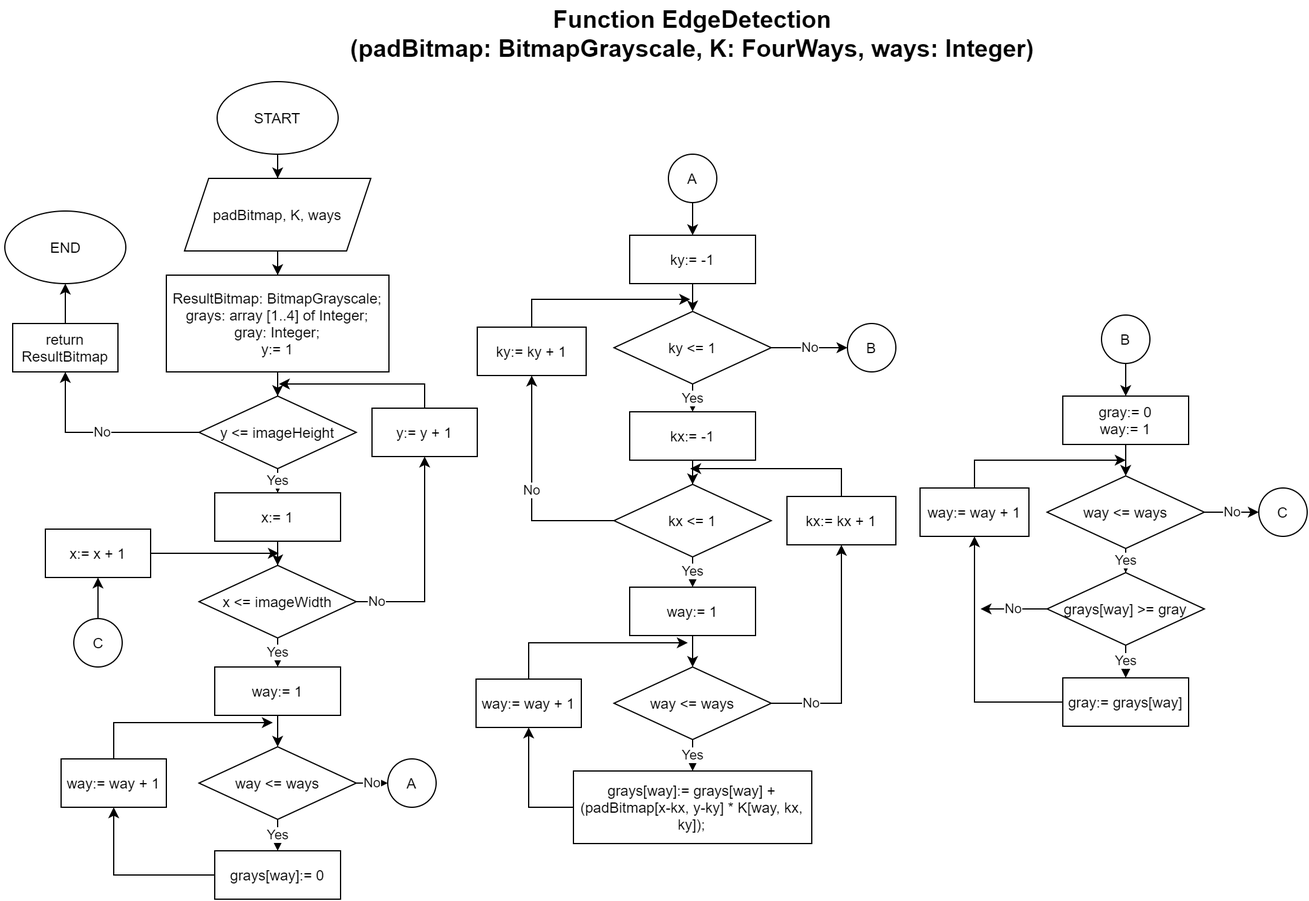
The draw.io diagram flowchart/.png/EdgeDetection.png in ukayaj620/batikcomp, before a commit. Source tidied: cells renumbered, new cells last; positions are measured from the earlier drawing's top-left corner, leaving out a move shared by most shapes. The source it was exported from:
```xml
<mxGraphModel>
  <root>
    <mxCell id="0" />
    <mxCell id="1" parent="0" />
    <mxCell id="2" style="edgeStyle=orthogonalEdgeStyle;rounded=0;jettySize=auto;html=1;" parent="1" edge="1" source="3" target="8">
      <mxGeometry relative="1" as="geometry" />
    </mxCell>
    <mxCell id="3" value="START" style="ellipse;whiteSpace=wrap;html=1;" parent="1" vertex="1">
      <mxGeometry x="175" y="50" width="100" height="60" as="geometry" />
    </mxCell>
    <mxCell id="4" value="&lt;span style=&quot;font-size: 20px&quot;&gt;&lt;b&gt;Function EdgeDetection&lt;br&gt;(padBitmap: BitmapGrayscale, K: FourWays, ways: Integer)&lt;/b&gt;&lt;/span&gt;" style="text;html=1;strokeColor=none;fillColor=none;align=center;verticalAlign=middle;whiteSpace=wrap;rounded=0;" parent="1" vertex="1">
      <mxGeometry x="283" width="570" height="20" as="geometry" />
    </mxCell>
    <mxCell id="5" style="edgeStyle=orthogonalEdgeStyle;rounded=0;jettySize=auto;html=1;" parent="1" edge="1" source="6" target="11">
      <mxGeometry relative="1" as="geometry" />
    </mxCell>
    <mxCell id="6" value="ResultBitmap: BitmapGrayscale;&lt;br&gt;grays: array [1..4] of Integer;&lt;br&gt;gray: Integer;&lt;br&gt;y:= 1" style="rounded=0;whiteSpace=wrap;html=1;" parent="1" vertex="1">
      <mxGeometry x="133" y="210" width="184" height="80" as="geometry" />
    </mxCell>
    <mxCell id="7" style="edgeStyle=orthogonalEdgeStyle;rounded=0;jettySize=auto;html=1;" parent="1" edge="1" source="8" target="6">
      <mxGeometry relative="1" as="geometry" />
    </mxCell>
    <mxCell id="8" value="padBitmap, K, ways" style="shape=parallelogram;perimeter=parallelogramPerimeter;whiteSpace=wrap;html=1;fixedSize=1;" parent="1" vertex="1">
      <mxGeometry x="148" y="130" width="154" height="60" as="geometry" />
    </mxCell>
    <mxCell id="9" value="Yes" style="edgeStyle=orthogonalEdgeStyle;rounded=0;jettySize=auto;html=1;" parent="1" edge="1" source="11" target="13">
      <mxGeometry relative="1" as="geometry" />
    </mxCell>
    <mxCell id="10" value="No" style="edgeStyle=orthogonalEdgeStyle;rounded=0;jettySize=auto;html=1;entryX=0.5;entryY=1;entryDx=0;entryDy=0;" parent="1" edge="1" source="11" target="75">
      <mxGeometry relative="1" as="geometry" />
    </mxCell>
    <mxCell id="11" value="y &amp;lt;= imageHeight" style="rhombus;whiteSpace=wrap;html=1;" parent="1" vertex="1">
      <mxGeometry x="160" y="310" width="130" height="60" as="geometry" />
    </mxCell>
    <mxCell id="12" style="edgeStyle=orthogonalEdgeStyle;rounded=0;jettySize=auto;html=1;" parent="1" edge="1" source="13" target="16">
      <mxGeometry relative="1" as="geometry" />
    </mxCell>
    <mxCell id="13" value="x:= 1" style="rounded=0;whiteSpace=wrap;html=1;" parent="1" vertex="1">
      <mxGeometry x="173" y="390" width="104" height="40" as="geometry" />
    </mxCell>
    <mxCell id="14" value="Yes" style="edgeStyle=orthogonalEdgeStyle;rounded=0;jettySize=auto;html=1;" parent="1" edge="1" source="16" target="31">
      <mxGeometry relative="1" as="geometry" />
    </mxCell>
    <mxCell id="15" value="No" style="edgeStyle=orthogonalEdgeStyle;rounded=0;jettySize=auto;html=1;entryX=0.5;entryY=1;entryDx=0;entryDy=0;" parent="1" edge="1" source="16" target="73">
      <mxGeometry x="-0.82" relative="1" as="geometry" />
    </mxCell>
    <mxCell id="16" value="x &amp;lt;= imageWidth" style="rhombus;whiteSpace=wrap;html=1;" parent="1" vertex="1">
      <mxGeometry x="160" y="450" width="130" height="60" as="geometry" />
    </mxCell>
    <mxCell id="17" style="edgeStyle=orthogonalEdgeStyle;rounded=0;jettySize=auto;html=1;" parent="1" edge="1" source="18" target="21">
      <mxGeometry relative="1" as="geometry" />
    </mxCell>
    <mxCell id="18" value="ky:= -1" style="rounded=0;whiteSpace=wrap;html=1;" parent="1" vertex="1">
      <mxGeometry x="516" y="177" width="104" height="40" as="geometry" />
    </mxCell>
    <mxCell id="19" value="Yes" style="edgeStyle=orthogonalEdgeStyle;rounded=0;jettySize=auto;html=1;" parent="1" edge="1" source="21" target="23">
      <mxGeometry relative="1" as="geometry" />
    </mxCell>
    <mxCell id="20" value="No" style="edgeStyle=orthogonalEdgeStyle;rounded=0;jettySize=auto;html=1;entryX=0;entryY=0.5;entryDx=0;entryDy=0;" parent="1" edge="1" source="21" target="52">
      <mxGeometry relative="1" as="geometry" />
    </mxCell>
    <mxCell id="21" value="ky &amp;lt;= 1" style="rhombus;whiteSpace=wrap;html=1;" parent="1" vertex="1">
      <mxGeometry x="503" y="240" width="130" height="60" as="geometry" />
    </mxCell>
    <mxCell id="22" style="edgeStyle=orthogonalEdgeStyle;rounded=0;jettySize=auto;html=1;" parent="1" edge="1" source="23" target="26">
      <mxGeometry relative="1" as="geometry" />
    </mxCell>
    <mxCell id="23" value="kx:= -1" style="rounded=0;whiteSpace=wrap;html=1;" parent="1" vertex="1">
      <mxGeometry x="516" y="323" width="104" height="40" as="geometry" />
    </mxCell>
    <mxCell id="24" value="Yes" style="edgeStyle=orthogonalEdgeStyle;rounded=0;jettySize=auto;html=1;" parent="1" edge="1" source="26" target="40">
      <mxGeometry relative="1" as="geometry" />
    </mxCell>
    <mxCell id="25" value="No" style="edgeStyle=orthogonalEdgeStyle;rounded=0;jettySize=auto;html=1;entryX=0.5;entryY=1;entryDx=0;entryDy=0;" parent="1" edge="1" source="26" target="51">
      <mxGeometry relative="1" as="geometry" />
    </mxCell>
    <mxCell id="26" value="kx &amp;lt;= 1" style="rhombus;whiteSpace=wrap;html=1;" parent="1" vertex="1">
      <mxGeometry x="503" y="383" width="130" height="60" as="geometry" />
    </mxCell>
    <mxCell id="27" value="Yes" style="edgeStyle=orthogonalEdgeStyle;rounded=0;jettySize=auto;html=1;" parent="1" edge="1" source="29" target="33">
      <mxGeometry relative="1" as="geometry" />
    </mxCell>
    <mxCell id="28" value="No" style="edgeStyle=orthogonalEdgeStyle;rounded=0;jettySize=auto;html=1;" parent="1" edge="1" source="29" target="45">
      <mxGeometry relative="1" as="geometry" />
    </mxCell>
    <mxCell id="29" value="way &amp;lt;= ways" style="rhombus;whiteSpace=wrap;html=1;" parent="1" vertex="1">
      <mxGeometry x="160" y="600" width="130" height="60" as="geometry" />
    </mxCell>
    <mxCell id="30" style="edgeStyle=orthogonalEdgeStyle;rounded=0;jettySize=auto;html=1;" parent="1" edge="1" source="31" target="29">
      <mxGeometry relative="1" as="geometry" />
    </mxCell>
    <mxCell id="31" value="way:= 1" style="rounded=0;whiteSpace=wrap;html=1;" parent="1" vertex="1">
      <mxGeometry x="173" y="534" width="104" height="40" as="geometry" />
    </mxCell>
    <mxCell id="32" style="edgeStyle=orthogonalEdgeStyle;rounded=0;jettySize=auto;html=1;entryX=0.5;entryY=1;entryDx=0;entryDy=0;" parent="1" edge="1" source="33" target="35">
      <mxGeometry relative="1" as="geometry" />
    </mxCell>
    <mxCell id="33" value="grays[way]:= 0" style="rounded=0;whiteSpace=wrap;html=1;" parent="1" vertex="1">
      <mxGeometry x="173" y="686" width="104" height="40" as="geometry" />
    </mxCell>
    <mxCell id="34" style="edgeStyle=orthogonalEdgeStyle;rounded=0;jettySize=auto;html=1;" parent="1" edge="1" source="35">
      <mxGeometry relative="1" as="geometry">
        <mxPoint x="221" y="580" as="targetPoint" />
        <Array as="points">
          <mxPoint x="90" y="580" />
        </Array>
      </mxGeometry>
    </mxCell>
    <mxCell id="35" value="way:= way + 1" style="rounded=0;whiteSpace=wrap;html=1;" parent="1" vertex="1">
      <mxGeometry x="46" y="610" width="87" height="40" as="geometry" />
    </mxCell>
    <mxCell id="36" value="Yes" style="edgeStyle=orthogonalEdgeStyle;rounded=0;jettySize=auto;html=1;" parent="1" edge="1" source="38" target="42">
      <mxGeometry relative="1" as="geometry" />
    </mxCell>
    <mxCell id="37" value="No" style="edgeStyle=orthogonalEdgeStyle;rounded=0;jettySize=auto;html=1;entryX=0.5;entryY=1;entryDx=0;entryDy=0;" parent="1" edge="1" source="38" target="49">
      <mxGeometry x="-0.65" relative="1" as="geometry" />
    </mxCell>
    <mxCell id="38" value="way &amp;lt;= ways" style="rhombus;whiteSpace=wrap;html=1;" parent="1" vertex="1">
      <mxGeometry x="503" y="534" width="130" height="60" as="geometry" />
    </mxCell>
    <mxCell id="39" style="edgeStyle=orthogonalEdgeStyle;rounded=0;jettySize=auto;html=1;" parent="1" edge="1" source="40" target="38">
      <mxGeometry relative="1" as="geometry" />
    </mxCell>
    <mxCell id="40" value="way:= 1" style="rounded=0;whiteSpace=wrap;html=1;" parent="1" vertex="1">
      <mxGeometry x="516" y="468" width="104" height="40" as="geometry" />
    </mxCell>
    <mxCell id="41" style="edgeStyle=orthogonalEdgeStyle;rounded=0;jettySize=auto;html=1;entryX=0.5;entryY=1;entryDx=0;entryDy=0;" parent="1" edge="1" source="42" target="44">
      <mxGeometry relative="1" as="geometry">
        <Array as="points">
          <mxPoint x="432" y="650" />
        </Array>
      </mxGeometry>
    </mxCell>
    <mxCell id="42" value="grays[way]:= grays[way] + (padBitmap[x-kx, y-ky] * K[way, kx, ky]);" style="rounded=0;whiteSpace=wrap;html=1;" parent="1" vertex="1">
      <mxGeometry x="469.5" y="620" width="197" height="60" as="geometry" />
    </mxCell>
    <mxCell id="43" style="edgeStyle=orthogonalEdgeStyle;rounded=0;jettySize=auto;html=1;" parent="1" edge="1" source="44">
      <mxGeometry relative="1" as="geometry">
        <mxPoint x="564" y="514" as="targetPoint" />
        <Array as="points">
          <mxPoint x="433" y="514" />
        </Array>
      </mxGeometry>
    </mxCell>
    <mxCell id="44" value="way:= way + 1" style="rounded=0;whiteSpace=wrap;html=1;" parent="1" vertex="1">
      <mxGeometry x="389" y="544" width="87" height="40" as="geometry" />
    </mxCell>
    <mxCell id="45" value="A" style="ellipse;whiteSpace=wrap;html=1;" parent="1" vertex="1">
      <mxGeometry x="316" y="610" width="40" height="40" as="geometry" />
    </mxCell>
    <mxCell id="46" style="edgeStyle=orthogonalEdgeStyle;rounded=0;jettySize=auto;html=1;entryX=0.5;entryY=0;entryDx=0;entryDy=0;" parent="1" edge="1" source="47" target="18">
      <mxGeometry relative="1" as="geometry" />
    </mxCell>
    <mxCell id="47" value="A" style="ellipse;whiteSpace=wrap;html=1;" parent="1" vertex="1">
      <mxGeometry x="548" y="110" width="40" height="40" as="geometry" />
    </mxCell>
    <mxCell id="48" style="edgeStyle=orthogonalEdgeStyle;rounded=0;jettySize=auto;html=1;" parent="1" edge="1" source="49">
      <mxGeometry relative="1" as="geometry">
        <mxPoint x="566" y="370" as="targetPoint" />
        <Array as="points">
          <mxPoint x="691" y="370" />
        </Array>
      </mxGeometry>
    </mxCell>
    <mxCell id="49" value="kx:= kx + 1" style="rounded=0;whiteSpace=wrap;html=1;" parent="1" vertex="1">
      <mxGeometry x="646" y="393" width="90" height="40" as="geometry" />
    </mxCell>
    <mxCell id="50" style="edgeStyle=orthogonalEdgeStyle;rounded=0;jettySize=auto;html=1;" parent="1" edge="1" source="51">
      <mxGeometry relative="1" as="geometry">
        <mxPoint x="566" y="230" as="targetPoint" />
        <Array as="points">
          <mxPoint x="435" y="230" />
        </Array>
      </mxGeometry>
    </mxCell>
    <mxCell id="51" value="ky:= ky + 1" style="rounded=0;whiteSpace=wrap;html=1;" parent="1" vertex="1">
      <mxGeometry x="390" y="253" width="90" height="40" as="geometry" />
    </mxCell>
    <mxCell id="52" value="B" style="ellipse;whiteSpace=wrap;html=1;" parent="1" vertex="1">
      <mxGeometry x="696" y="250" width="40" height="40" as="geometry" />
    </mxCell>
    <mxCell id="53" style="edgeStyle=orthogonalEdgeStyle;rounded=0;jettySize=auto;html=1;" parent="1" edge="1" source="54" target="56">
      <mxGeometry relative="1" as="geometry" />
    </mxCell>
    <mxCell id="54" value="B" style="ellipse;whiteSpace=wrap;html=1;" parent="1" vertex="1">
      <mxGeometry x="906" y="243" width="40" height="40" as="geometry" />
    </mxCell>
    <mxCell id="55" style="edgeStyle=orthogonalEdgeStyle;rounded=0;jettySize=auto;html=1;" parent="1" edge="1" source="56" target="59">
      <mxGeometry relative="1" as="geometry" />
    </mxCell>
    <mxCell id="56" value="gray:= 0&lt;br&gt;way:= 1" style="rounded=0;whiteSpace=wrap;html=1;" parent="1" vertex="1">
      <mxGeometry x="874" y="310" width="104" height="40" as="geometry" />
    </mxCell>
    <mxCell id="57" value="Yes" style="edgeStyle=orthogonalEdgeStyle;rounded=0;jettySize=auto;html=1;" parent="1" edge="1" source="59" target="64">
      <mxGeometry relative="1" as="geometry" />
    </mxCell>
    <mxCell id="58" value="No" style="edgeStyle=orthogonalEdgeStyle;rounded=0;jettySize=auto;html=1;entryX=0;entryY=0.5;entryDx=0;entryDy=0;" parent="1" edge="1" source="59" target="67">
      <mxGeometry relative="1" as="geometry" />
    </mxCell>
    <mxCell id="59" value="way &amp;lt;= ways" style="rhombus;whiteSpace=wrap;html=1;" parent="1" vertex="1">
      <mxGeometry x="861" y="376" width="130" height="60" as="geometry" />
    </mxCell>
    <mxCell id="60" style="edgeStyle=orthogonalEdgeStyle;rounded=0;jettySize=auto;html=1;entryX=0.5;entryY=1;entryDx=0;entryDy=0;" parent="1" edge="1" source="61" target="66">
      <mxGeometry relative="1" as="geometry" />
    </mxCell>
    <mxCell id="61" value="gray:= grays[way]" style="rounded=0;whiteSpace=wrap;html=1;" parent="1" vertex="1">
      <mxGeometry x="874" y="543" width="104" height="40" as="geometry" />
    </mxCell>
    <mxCell id="62" value="Yes" style="edgeStyle=orthogonalEdgeStyle;rounded=0;jettySize=auto;html=1;" parent="1" edge="1" source="64" target="61">
      <mxGeometry relative="1" as="geometry" />
    </mxCell>
    <mxCell id="63" value="No" style="edgeStyle=orthogonalEdgeStyle;rounded=0;jettySize=auto;html=1;" parent="1" edge="1" source="64">
      <mxGeometry relative="1" as="geometry">
        <mxPoint x="806" y="486" as="targetPoint" />
      </mxGeometry>
    </mxCell>
    <mxCell id="64" value="grays[way] &amp;gt;= gray" style="rhombus;whiteSpace=wrap;html=1;" parent="1" vertex="1">
      <mxGeometry x="861" y="456" width="130" height="60" as="geometry" />
    </mxCell>
    <mxCell id="65" style="edgeStyle=orthogonalEdgeStyle;rounded=0;jettySize=auto;html=1;" parent="1" edge="1" source="66">
      <mxGeometry relative="1" as="geometry">
        <mxPoint x="926" y="363" as="targetPoint" />
        <Array as="points">
          <mxPoint x="801" y="363" />
        </Array>
      </mxGeometry>
    </mxCell>
    <mxCell id="66" value="way:= way + 1" style="rounded=0;whiteSpace=wrap;html=1;" parent="1" vertex="1">
      <mxGeometry x="756" y="386" width="90" height="40" as="geometry" />
    </mxCell>
    <mxCell id="67" value="C" style="ellipse;whiteSpace=wrap;html=1;" parent="1" vertex="1">
      <mxGeometry x="1036" y="386" width="40" height="40" as="geometry" />
    </mxCell>
    <mxCell id="68" style="edgeStyle=orthogonalEdgeStyle;rounded=0;jettySize=auto;html=1;" parent="1" edge="1" source="69" target="71">
      <mxGeometry relative="1" as="geometry" />
    </mxCell>
    <mxCell id="69" value="C" style="ellipse;whiteSpace=wrap;html=1;" parent="1" vertex="1">
      <mxGeometry x="56.5" y="494" width="40" height="40" as="geometry" />
    </mxCell>
    <mxCell id="70" style="edgeStyle=orthogonalEdgeStyle;rounded=0;jettySize=auto;html=1;" parent="1" edge="1" source="71">
      <mxGeometry relative="1" as="geometry">
        <mxPoint x="226" y="440" as="targetPoint" />
      </mxGeometry>
    </mxCell>
    <mxCell id="71" value="x:= x + 1" style="rounded=0;whiteSpace=wrap;html=1;" parent="1" vertex="1">
      <mxGeometry x="33" y="420" width="87" height="40" as="geometry" />
    </mxCell>
    <mxCell id="72" style="edgeStyle=orthogonalEdgeStyle;rounded=0;jettySize=auto;html=1;" parent="1" edge="1" source="73">
      <mxGeometry relative="1" as="geometry">
        <mxPoint x="226" y="300" as="targetPoint" />
        <Array as="points">
          <mxPoint x="347" y="300" />
        </Array>
      </mxGeometry>
    </mxCell>
    <mxCell id="73" value="y:= y + 1" style="rounded=0;whiteSpace=wrap;html=1;" parent="1" vertex="1">
      <mxGeometry x="303" y="320" width="87" height="40" as="geometry" />
    </mxCell>
    <mxCell id="74" style="edgeStyle=orthogonalEdgeStyle;rounded=0;jettySize=auto;html=1;entryX=0.5;entryY=1;entryDx=0;entryDy=0;" parent="1" edge="1" source="75" target="76">
      <mxGeometry relative="1" as="geometry" />
    </mxCell>
    <mxCell id="75" value="return ResultBitmap" style="rounded=0;whiteSpace=wrap;html=1;" parent="1" vertex="1">
      <mxGeometry x="6" y="250" width="87" height="40" as="geometry" />
    </mxCell>
    <mxCell id="76" value="END" style="ellipse;whiteSpace=wrap;html=1;" parent="1" vertex="1">
      <mxGeometry x="-0.5" y="157" width="100" height="60" as="geometry" />
    </mxCell>
  </root>
</mxGraphModel>
```
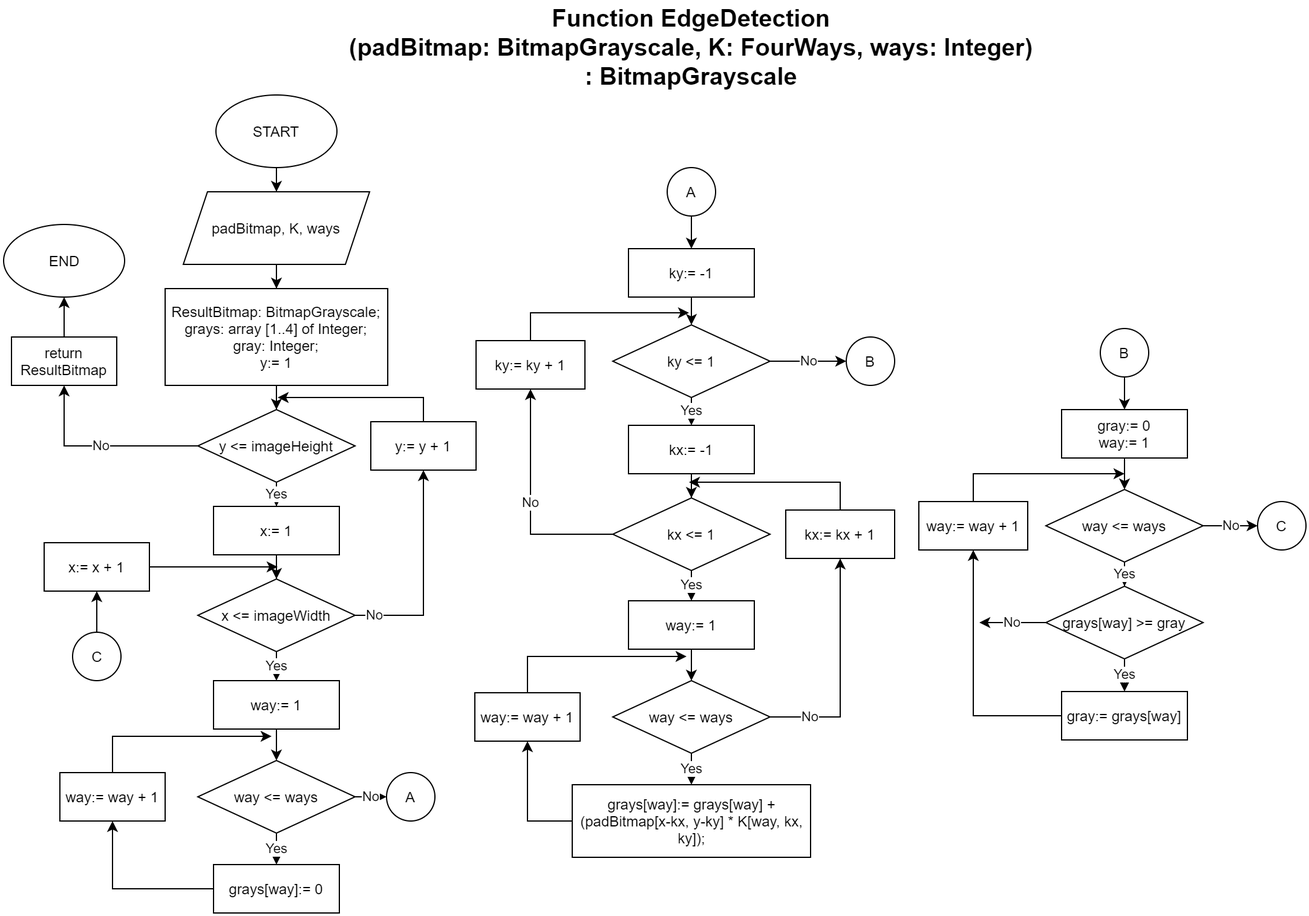
After the change.

What changed in the source:
```diff
@@ -8,7 +8,7 @@
     <mxCell id="3" value="START" style="ellipse;whiteSpace=wrap;html=1;" parent="1" vertex="1">
       <mxGeometry x="175" y="50" width="100" height="60" as="geometry" />
     </mxCell>
-    <mxCell id="4" value="&lt;span style=&quot;font-size: 20px&quot;&gt;&lt;b&gt;Function EdgeDetection&lt;br&gt;(padBitmap: BitmapGrayscale, K: FourWays, ways: Integer)&lt;/b&gt;&lt;/span&gt;" style="text;html=1;strokeColor=none;fillColor=none;align=center;verticalAlign=middle;whiteSpace=wrap;rounded=0;" parent="1" vertex="1">
+    <mxCell id="4" value="&lt;span style=&quot;font-size: 20px&quot;&gt;&lt;b&gt;Function EdgeDetection&lt;br&gt;(padBitmap: BitmapGrayscale, K: FourWays, ways: Integer) : BitmapGrayscale&lt;/b&gt;&lt;/span&gt;" style="text;html=1;strokeColor=none;fillColor=none;align=center;verticalAlign=middle;whiteSpace=wrap;rounded=0;" parent="1" vertex="1">
       <mxGeometry x="283" width="570" height="20" as="geometry" />
     </mxCell>
     <mxCell id="5" style="edgeStyle=orthogonalEdgeStyle;rounded=0;jettySize=auto;html=1;" parent="1" edge="1" source="6" target="11">
```
